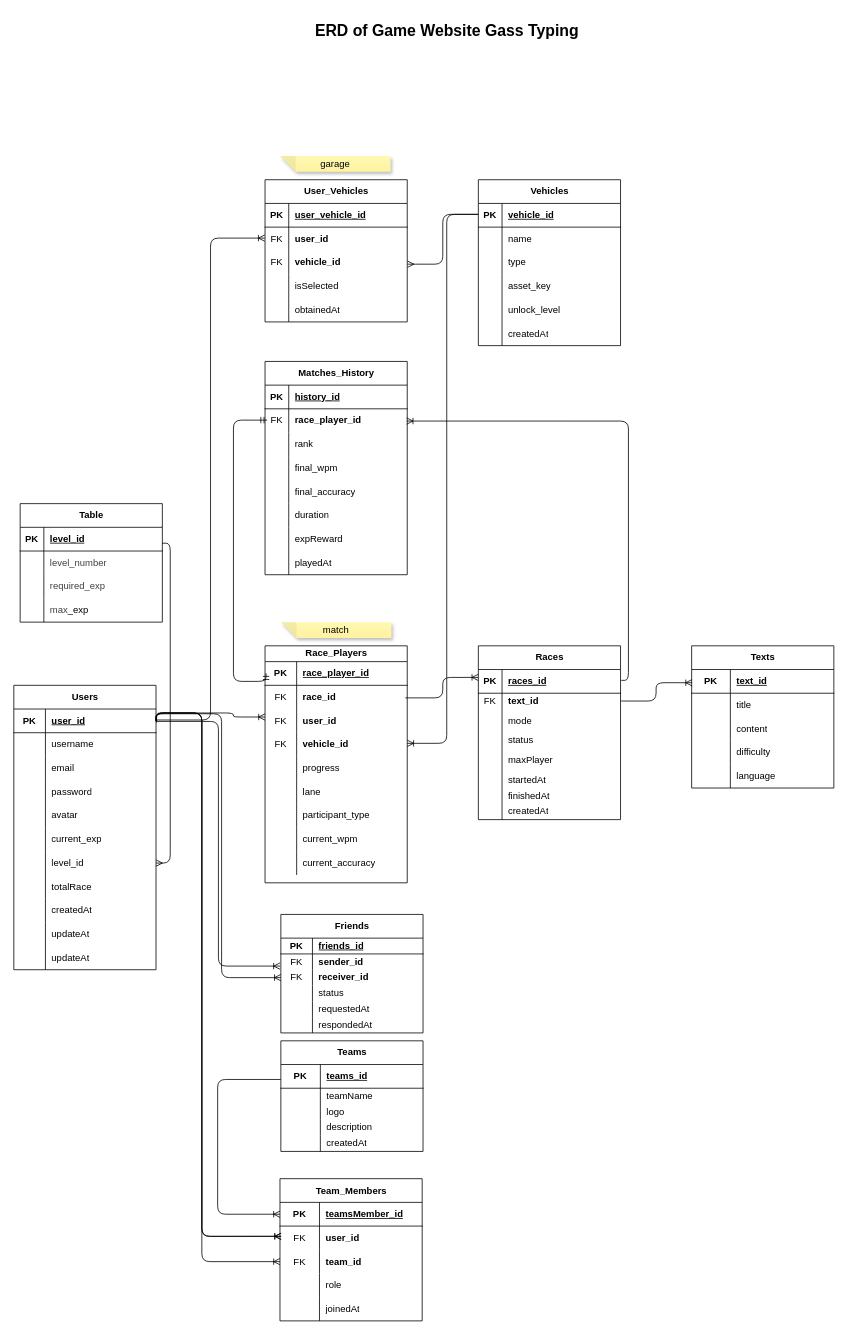
Before: page "ERD" (1 of 5) of docs/ERD.drawio in pappusBuild/typing-race, a draw.io diagram. Source tidied: cells renumbered, new cells numbered last; positions are measured from the earlier drawing's top-left corner, leaving out a move shared by most shapes. Both pictures are drawn from the tidied source at 79%, with x=0, y=0 at pixel (13, 13).
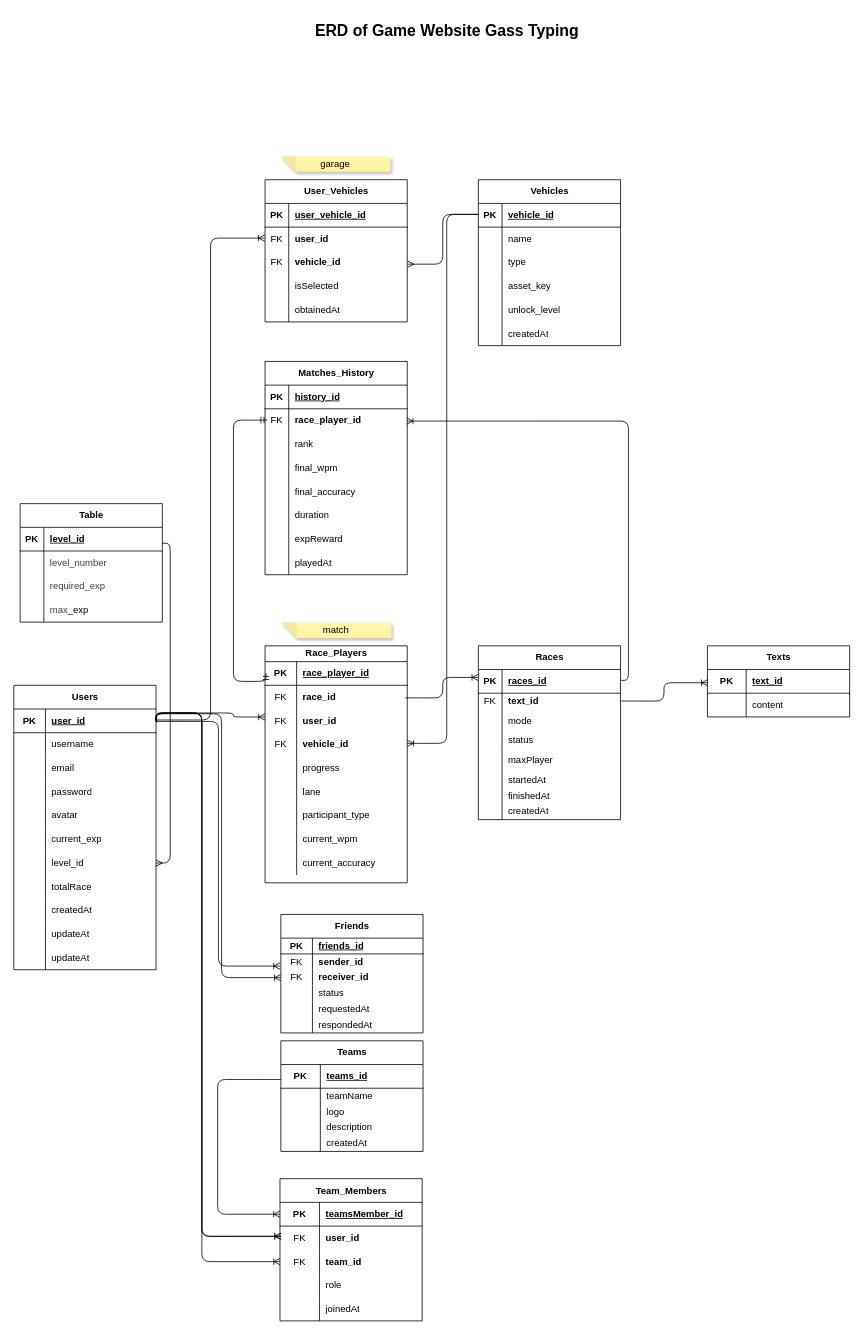
The same diagram, later.

Diff of the diagram source:
```diff
@@
     <mxCell id="61" value="Texts" style="shape=table;startSize=30;childLayout=tableLayout;rowLines=0;fontStyle=1;align=center;html=1;" parent="1" vertex="1">
-      <mxGeometry x="858" y="800" width="180" height="180" as="geometry" />
+      <mxGeometry x="878" y="800" width="180" height="90" as="geometry" />
     </mxCell>
@@
-    <mxCell id="65" style="shape=tableRow;horizontal=0;startSize=0;swimlaneHead=0;swimlaneBody=0;fillColor=none;top=0;left=0;right=0;bottom=0;" parent="61" vertex="1">
-      <mxGeometry y="60" width="180" height="30" as="geometry" />
-    </mxCell>
-    <mxCell id="66" style="shape=partialRectangle;fillColor=none;top=0;left=0;bottom=0;right=0;overflow=hidden;whiteSpace=wrap;html=1;" parent="65" vertex="1">
-      <mxGeometry width="49" height="30" as="geometry" />
-    </mxCell>
-    <mxCell id="67" value="title" style="shape=partialRectangle;fillColor=none;top=0;left=0;bottom=0;right=0;align=left;spacingLeft=6;overflow=hidden;whiteSpace=wrap;html=1;" parent="65" vertex="1">
-      <mxGeometry x="49" width="131" height="30" as="geometry" />
-    </mxCell>
     <mxCell id="68" style="shape=tableRow;horizontal=0;startSize=0;swimlaneHead=0;swimlaneBody=0;fillColor=none;top=0;left=0;right=0;bottom=0;" parent="61" vertex="1">
-      <mxGeometry y="90" width="180" height="30" as="geometry" />
+      <mxGeometry y="60" width="180" height="30" as="geometry" />
     </mxCell>
@@
-    <mxCell id="71" style="shape=tableRow;horizontal=0;startSize=0;swimlaneHead=0;swimlaneBody=0;fillColor=none;top=0;left=0;right=0;bottom=0;" parent="61" vertex="1">
-      <mxGeometry y="120" width="180" height="30" as="geometry" />
-    </mxCell>
-    <mxCell id="72" style="shape=partialRectangle;fillColor=none;top=0;left=0;bottom=0;right=0;overflow=hidden;whiteSpace=wrap;html=1;" parent="71" vertex="1">
-      <mxGeometry width="49" height="30" as="geometry" />
-    </mxCell>
-    <mxCell id="73" value="difficulty" style="shape=partialRectangle;fillColor=none;top=0;left=0;bottom=0;right=0;align=left;spacingLeft=6;overflow=hidden;whiteSpace=wrap;html=1;" parent="71" vertex="1">
-      <mxGeometry x="49" width="131" height="30" as="geometry" />
-    </mxCell>
-    <mxCell id="74" style="shape=tableRow;horizontal=0;startSize=0;swimlaneHead=0;swimlaneBody=0;fillColor=none;top=0;left=0;right=0;bottom=0;" parent="61" vertex="1">
-      <mxGeometry y="150" width="180" height="30" as="geometry" />
-    </mxCell>
-    <mxCell id="75" style="shape=partialRectangle;fillColor=none;top=0;left=0;bottom=0;right=0;overflow=hidden;whiteSpace=wrap;html=1;" parent="74" vertex="1">
-      <mxGeometry width="49" height="30" as="geometry" />
-    </mxCell>
-    <mxCell id="76" value="language" style="shape=partialRectangle;fillColor=none;top=0;left=0;bottom=0;right=0;align=left;spacingLeft=6;overflow=hidden;whiteSpace=wrap;html=1;" parent="74" vertex="1">
-      <mxGeometry x="49" width="131" height="30" as="geometry" />
-    </mxCell>
```
